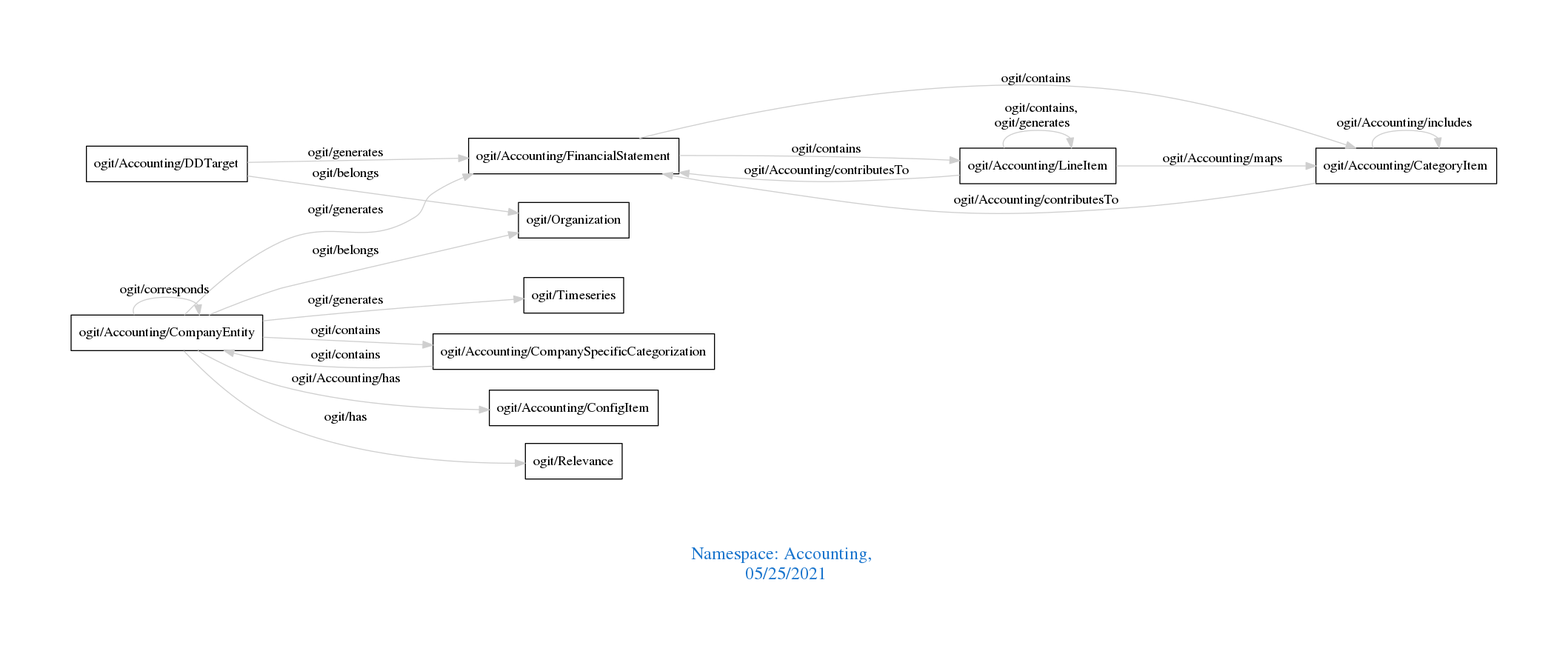
Before: downloads/Accounting.png, a diagram exported from Graphviz (arago/OGIT). Its source is kept beside it as downloads/Accounting.dot.
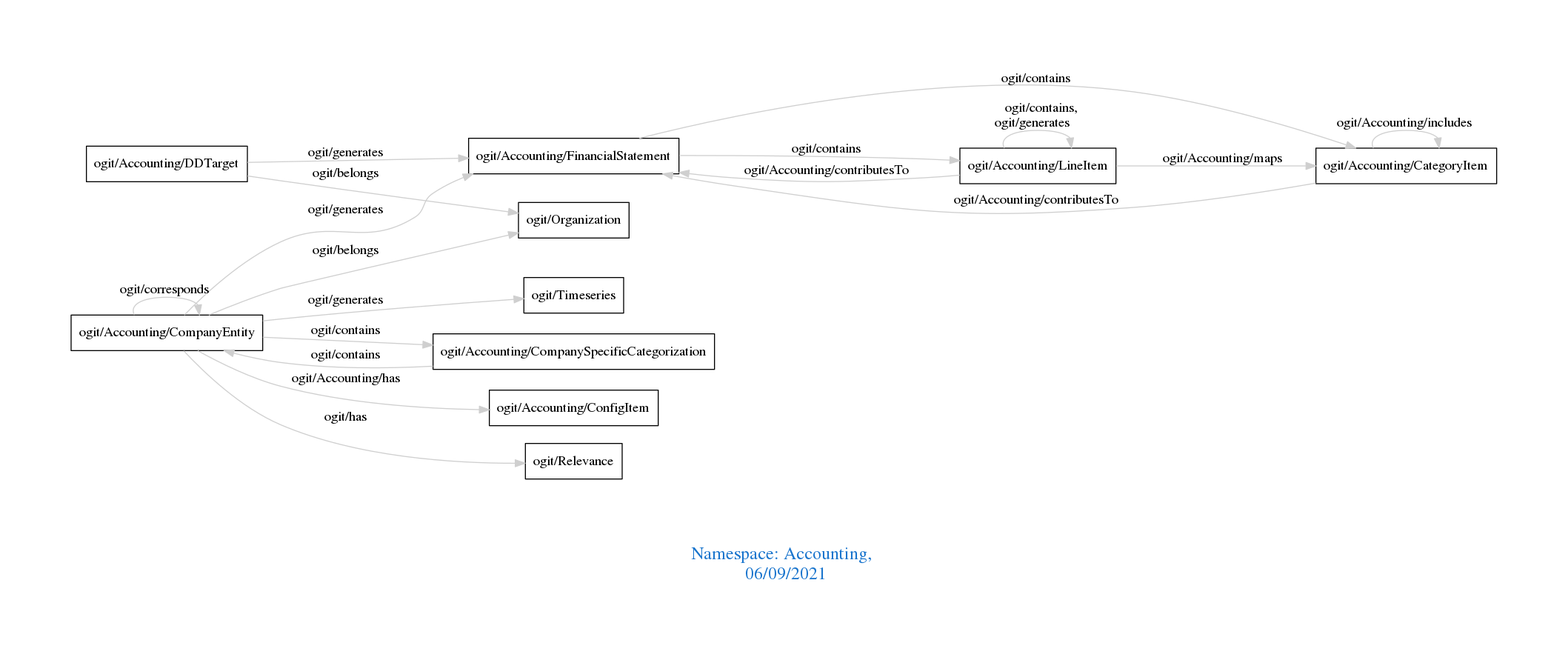
Later version of the same file.

The edit, as a diff of the source:
```diff
@@ -1,7 +1,7 @@
 digraph OGIT_ontology {
  graph [ rankdir= LR,pad=1
 fontsize = 18,
-fontcolor= dodgerblue3,label = "\n\n\nNamespace: Accounting, \n 05/25/2021"];
+fontcolor= dodgerblue3,label = "\n\n\nNamespace: Accounting, \n 06/09/2021"];
 node[shape=polygon];
 edge [  color="gray81"];
 
```
